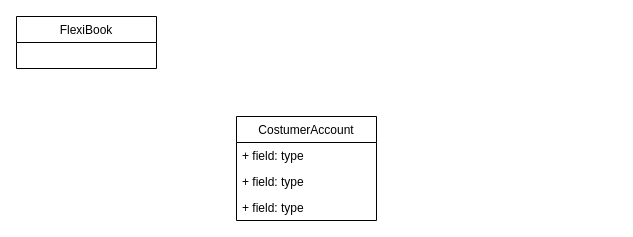
This is FlexiBook.drawio from chivatam/FlexiBook, a draw.io file, before an edit. Source tidied: cells renumbered, new cells numbered last; positions are measured from the earlier drawing's top-left corner, leaving out a move shared by most shapes. Both pictures are drawn from the tidied source at 100%, with x=0, y=0 at pixel (16, 16).
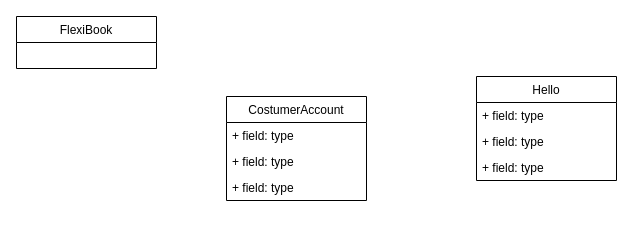
The same diagram, later.

What changed in the source:
```diff
@@
 <mxGraphModel>
   <root>
     <mxCell id="0" />
     <mxCell id="1" parent="0" />
     <mxCell id="2" value="FlexiBook" style="swimlane;fontStyle=0;horizontal=1;startSize=26;fillColor=none;" parent="1" vertex="1">
       <mxGeometry width="140" height="52" as="geometry" />
     </mxCell>
     <mxCell id="3" value="CostumerAccount" style="swimlane;fontStyle=0;horizontal=1;startSize=26;fillColor=none;" parent="1" vertex="1">
-      <mxGeometry x="220" y="100" width="140" height="104" as="geometry" />
+      <mxGeometry x="210" y="80" width="140" height="104" as="geometry" />
     </mxCell>
     <mxCell id="4" value="+ field: type" style="text;strokeColor=none;fillColor=none;align=left;verticalAlign=top;spacingLeft=4;spacingRight=4;overflow=hidden;" parent="3" vertex="1">
       <mxGeometry y="26" width="140" height="26" as="geometry" />
     </mxCell>
     <mxCell id="5" value="+ field: type" style="text;strokeColor=none;fillColor=none;align=left;verticalAlign=top;spacingLeft=4;spacingRight=4;overflow=hidden;" parent="3" vertex="1">
       <mxGeometry y="52" width="140" height="26" as="geometry" />
     </mxCell>
     <mxCell id="6" value="+ field: type" style="text;strokeColor=none;fillColor=none;align=left;verticalAlign=top;spacingLeft=4;spacingRight=4;overflow=hidden;" parent="3" vertex="1">
       <mxGeometry y="78" width="140" height="26" as="geometry" />
     </mxCell>
+    <mxCell id="7" value="Hello" style="swimlane;fontStyle=0;horizontal=1;startSize=26;fillColor=none;" parent="1" vertex="1">
+      <mxGeometry x="460" y="60" width="140" height="104" as="geometry" />
+    </mxCell>
+    <mxCell id="8" value="+ field: type" style="text;strokeColor=none;fillColor=none;align=left;verticalAlign=top;spacingLeft=4;spacingRight=4;overflow=hidden;" parent="7" vertex="1">
+      <mxGeometry y="26" width="140" height="26" as="geometry" />
+    </mxCell>
+    <mxCell id="9" value="+ field: type" style="text;strokeColor=none;fillColor=none;align=left;verticalAlign=top;spacingLeft=4;spacingRight=4;overflow=hidden;" parent="7" vertex="1">
+      <mxGeometry y="52" width="140" height="26" as="geometry" />
+    </mxCell>
+    <mxCell id="10" value="+ field: type" style="text;strokeColor=none;fillColor=none;align=left;verticalAlign=top;spacingLeft=4;spacingRight=4;overflow=hidden;" parent="7" vertex="1">
+      <mxGeometry y="78" width="140" height="26" as="geometry" />
+    </mxCell>
   </root>
 </mxGraphModel>
```
